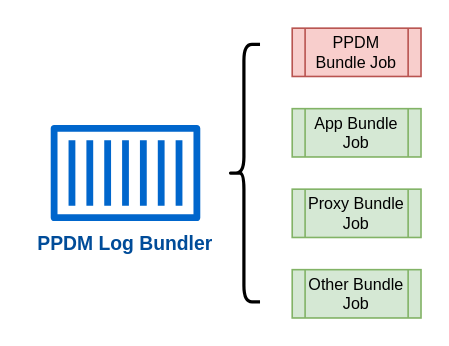
gaivin/drawio keeps this draw.io diagram as page "Bundler" (10 of 10) of st/K8S_Logging.drawio. Above is the earlier version. Source tidied: cells renumbered, new cells numbered last; positions are measured from the earlier drawing's top-left corner, leaving out a move shared by most shapes. Both pictures are drawn from the tidied source at 161%, with x=0, y=0 at pixel (50, 27).
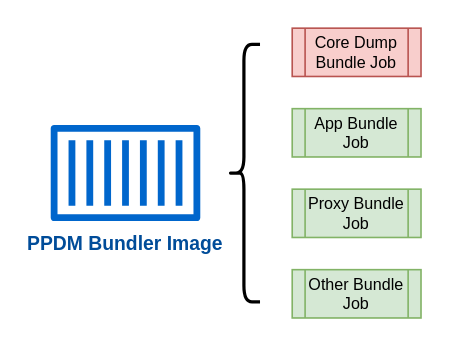
Above is the later version.

Change to the diagram source:
```diff
@@
 <mxGraphModel>
   <root>
     <mxCell id="0" />
     <mxCell id="1" parent="0" />
-    <mxCell id="2" value="&lt;font color=&quot;#004c99&quot;&gt;&lt;b&gt;PPDM Log Bundler&lt;/b&gt;&lt;/font&gt;" style="sketch=0;fontColor=#ffffff;fillColor=#0066CC;strokeColor=#006EAF;dashed=0;verticalLabelPosition=bottom;verticalAlign=top;align=center;html=1;fontSize=12;fontStyle=0;shape=mxgraph.aws4.container_1;fillStyle=solid;strokeWidth=2;" parent="1" vertex="1">
+    <mxCell id="2" value="&lt;font color=&quot;#004c99&quot;&gt;&lt;b&gt;PPDM Bundler Image&lt;/b&gt;&lt;/font&gt;" style="sketch=0;fontColor=#ffffff;fillColor=#0066CC;strokeColor=#006EAF;dashed=0;verticalLabelPosition=bottom;verticalAlign=top;align=center;html=1;fontSize=12;fontStyle=0;shape=mxgraph.aws4.container_1;fillStyle=solid;strokeWidth=2;" parent="1" vertex="1">
       <mxGeometry y="60" width="92.9" height="60" as="geometry" />
     </mxCell>
-    <mxCell id="3" value="PPDM Bundle Job" style="shape=process;whiteSpace=wrap;html=1;backgroundOutline=1;fillColor=#f8cecc;strokeColor=#b85450;fontSize=10;" parent="1" vertex="1">
+    <mxCell id="3" value="Core Dump Bundle Job" style="shape=process;whiteSpace=wrap;html=1;backgroundOutline=1;fillColor=#f8cecc;strokeColor=#b85450;fontSize=10;" parent="1" vertex="1">
       <mxGeometry x="150" width="80" height="30" as="geometry" />
     </mxCell>
     <mxCell id="4" value="App Bundle Job" style="shape=process;whiteSpace=wrap;html=1;backgroundOutline=1;fillColor=#d5e8d4;strokeColor=#82b366;fontSize=10;" parent="1" vertex="1">
       <mxGeometry x="150" y="50" width="80" height="30" as="geometry" />
     </mxCell>
     <mxCell id="5" value="Proxy Bundle Job" style="shape=process;whiteSpace=wrap;html=1;backgroundOutline=1;fillColor=#d5e8d4;strokeColor=#82b366;fontSize=10;" parent="1" vertex="1">
       <mxGeometry x="150" y="100" width="80" height="30" as="geometry" />
     </mxCell>
     <mxCell id="6" value="Other Bundle Job" style="shape=process;whiteSpace=wrap;html=1;backgroundOutline=1;fillColor=#d5e8d4;strokeColor=#82b366;fontSize=10;" parent="1" vertex="1">
       <mxGeometry x="150" y="150" width="80" height="30" as="geometry" />
     </mxCell>
     <mxCell id="7" style="shape=curlyBracket;whiteSpace=wrap;html=1;rounded=1;labelPosition=left;verticalLabelPosition=middle;align=right;verticalAlign=middle;strokeWidth=2;" parent="1" vertex="1">
       <mxGeometry x="110" y="10" width="20" height="160" as="geometry" />
     </mxCell>
   </root>
 </mxGraphModel>
```
